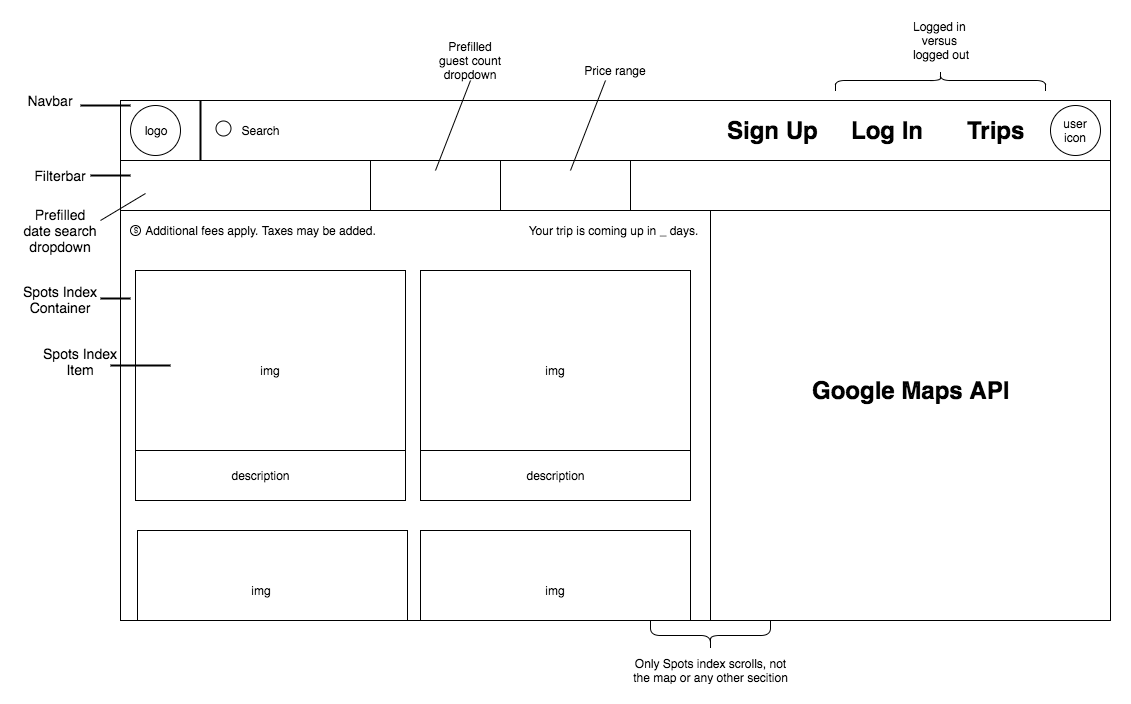
Above: docs/wireframes/search-page.png in aliciasavelly/Sharebnb (draw.io), before the change. Source tidied: cells renumbered, new cells last; positions are measured from the earlier drawing's top-left corner, leaving out a move shared by most shapes.
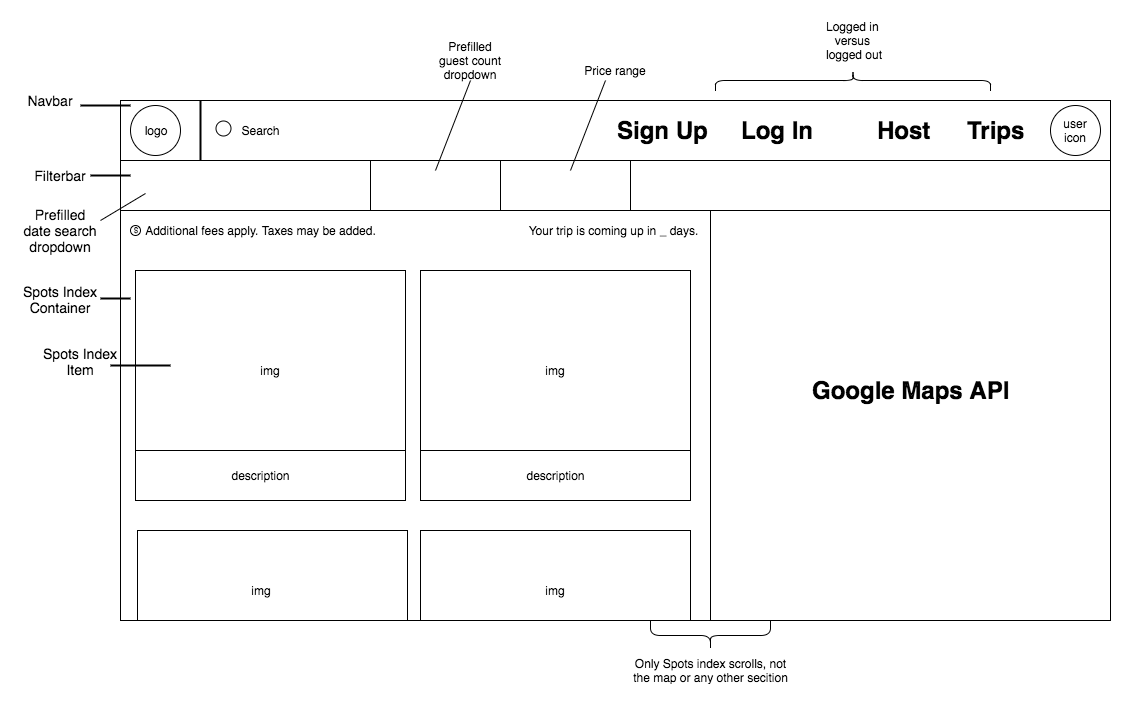
The same diagram one commit later.

The edit, as a diff of the source:
```diff
@@ -39,13 +39,13 @@
       <mxGeometry x="220" y="100" width="40" height="20" as="geometry" />
     </mxCell>
     <mxCell id="14" value="Sign Up &amp;nbsp; &amp;nbsp; Log In" style="text;html=1;fontSize=24;fontStyle=1;verticalAlign=middle;align=center;" parent="1" vertex="1">
-      <mxGeometry x="705" y="90" width="200" height="40" as="geometry" />
+      <mxGeometry x="595" y="90" width="200" height="40" as="geometry" />
     </mxCell>
     <mxCell id="15" value="Logged in&amp;nbsp;&lt;div&gt;versus&amp;nbsp;&lt;/div&gt;&lt;div&gt;logged out&lt;/div&gt;" style="text;html=1;strokeColor=none;fillColor=none;align=center;verticalAlign=middle;whiteSpace=wrap;" parent="1" vertex="1">
-      <mxGeometry x="890" width="60" height="40" as="geometry" />
+      <mxGeometry x="803" width="60" height="40" as="geometry" />
     </mxCell>
     <mxCell id="16" style="shape=curlyBracket;whiteSpace=wrap;html=1;rounded=1;direction=south;" parent="1" vertex="1">
-      <mxGeometry x="815" y="50" width="210" height="20" as="geometry" />
+      <mxGeometry x="695" y="50" width="275" height="20" as="geometry" />
     </mxCell>
     <mxCell id="17" style="whiteSpace=wrap;html=1;" parent="1" vertex="1">
       <mxGeometry x="100" y="140" width="990" height="50" as="geometry" />
@@ -164,5 +164,8 @@
     <mxCell id="52" style="line;strokeWidth=2;html=1;" parent="1" vertex="1">
       <mxGeometry x="70" y="150" width="40" height="10" as="geometry" />
     </mxCell>
+    <mxCell id="53" value="Host" style="text;html=1;fontSize=24;fontStyle=1;verticalAlign=middle;align=center;" parent="1" vertex="1">
+      <mxGeometry x="833" y="90" width="100" height="40" as="geometry" />
+    </mxCell>
   </root>
 </mxGraphModel>
```
